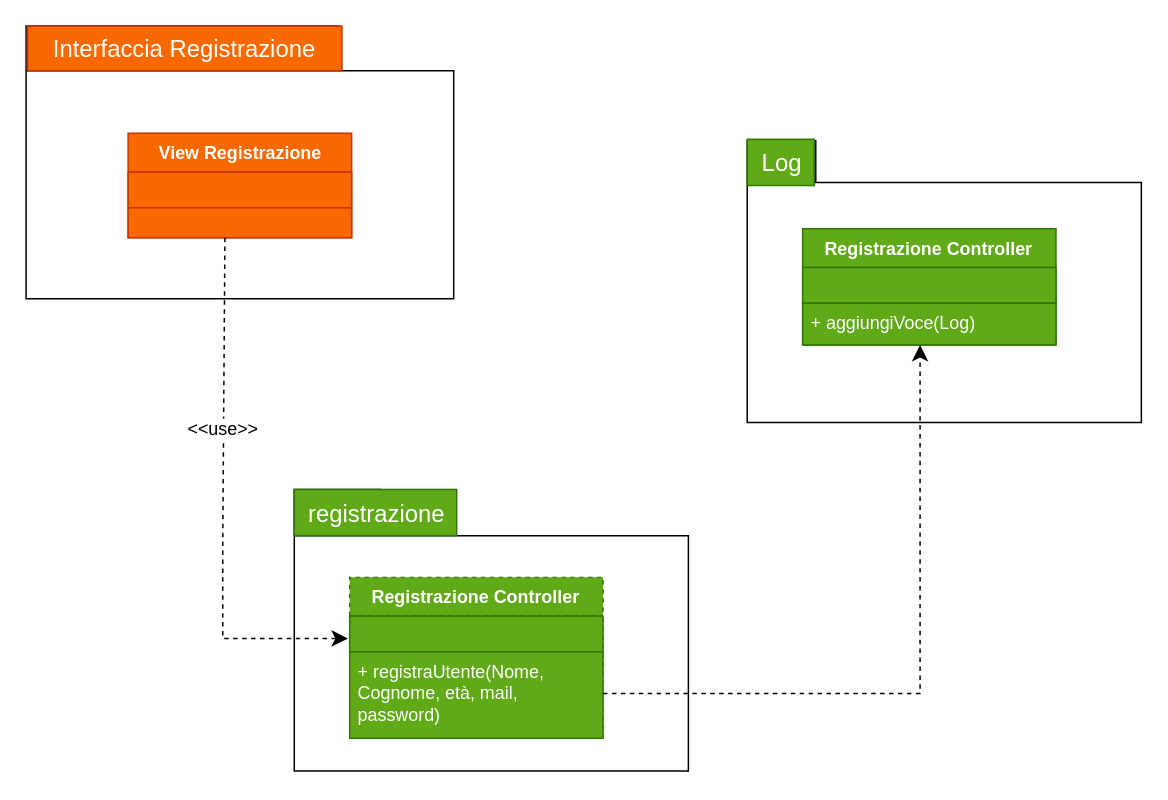
Before: Diagrammi_Package/registrazione.drawio in JosephBoom02/Progetto_Ingegneria_del_Software, a draw.io diagram. Source tidied: cells renumbered, new cells numbered last; positions are measured from the earlier drawing's top-left corner, leaving out a move shared by most shapes. Both pictures are drawn from the tidied source at 149%, with x=0, y=0 at pixel (25, 25).
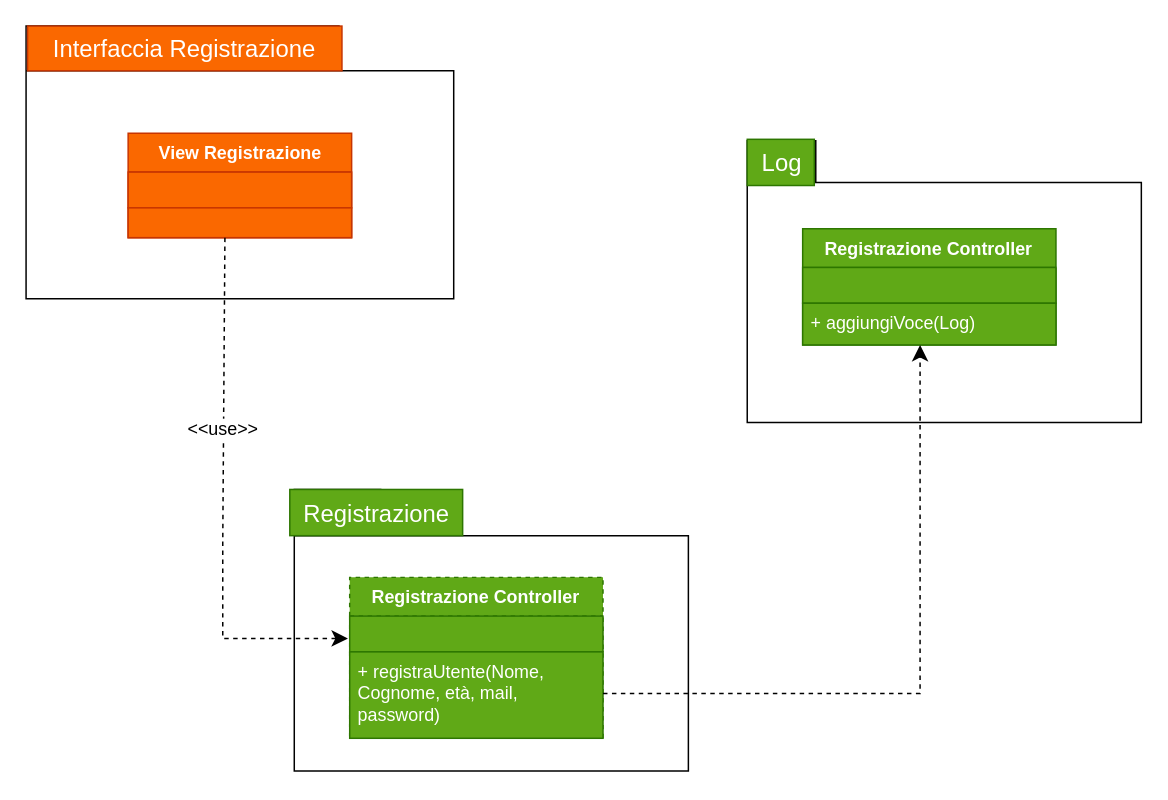
Above is the later version.

Diff of the diagram source:
```diff
@@
-    <mxCell id="6" value="registrazione" style="text;html=1;align=center;verticalAlign=middle;fontSize=16;fillColor=#60a917;fontColor=#ffffff;strokeColor=#2D7600;" parent="1" vertex="1">
-      <mxGeometry x="180" y="311" width="109" height="31" as="geometry" />
+    <mxCell id="6" value="Registrazione" style="text;html=1;align=center;verticalAlign=middle;fontSize=16;fillColor=#60a917;fontColor=#ffffff;strokeColor=#2D7600;" parent="1" vertex="1">
+      <mxGeometry x="177" y="311" width="116" height="31" as="geometry" />
     </mxCell>
```
